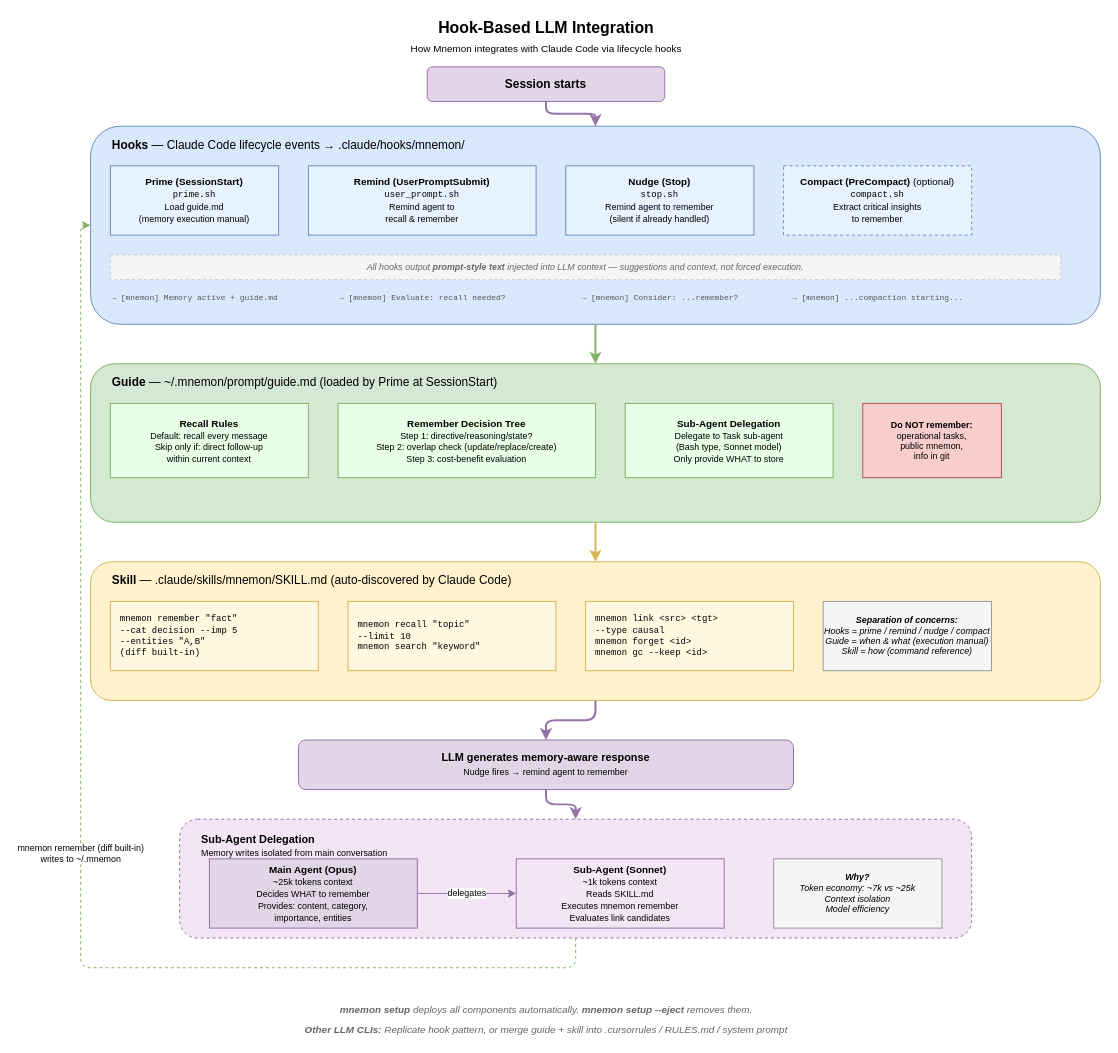
This is docs/diagrams/08-three-layer-integration.drawio from bissli/mnemon, a draw.io file, before an edit. Source tidied: cells renumbered, new cells numbered last; positions are measured from the earlier drawing's top-left corner, leaving out a move shared by most shapes. Both pictures are drawn from the tidied source at 99%, with x=0, y=0 at pixel (80, 17).
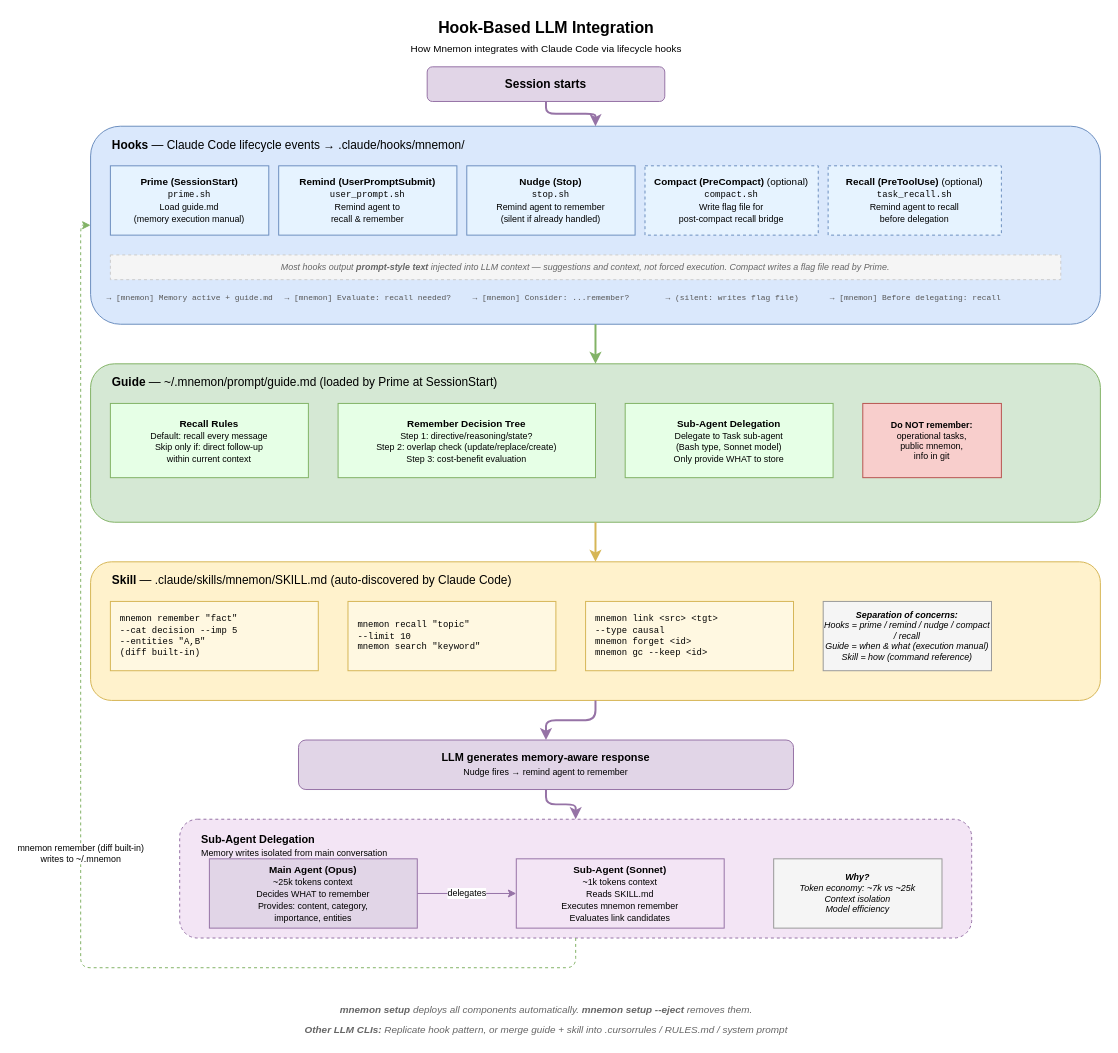
The same page after the edit.

Commit message (it also covers changes not shown here):
Add PreCompact hook with docs and diagram updates

What changed in the source:
```diff
@@
     <mxCell id="6" value="&lt;b&gt;Prime (SessionStart)&lt;/b&gt;&lt;br&gt;&lt;font style=&quot;font-family:monospace;font-size:9px&quot;&gt;prime.sh&lt;/font&gt;&lt;br&gt;&lt;font style=&quot;font-size:9px&quot;&gt;Load guide.md&lt;br&gt;(memory execution manual)&lt;/font&gt;" style="rounded=0;whiteSpace=wrap;html=1;fillColor=#E6F3FF;strokeColor=#6c8ebf;fontSize=10;" parent="1" vertex="1">
-      <mxGeometry x="30" y="150" width="170" height="70" as="geometry" />
+      <mxGeometry x="30" y="150" width="160" height="70" as="geometry" />
     </mxCell>
     <mxCell id="7" value="&lt;b&gt;Remind (UserPromptSubmit)&lt;/b&gt;&lt;br&gt;&lt;font style=&quot;font-family:monospace;font-size:9px&quot;&gt;user_prompt.sh&lt;/font&gt;&lt;br&gt;&lt;font style=&quot;font-size:9px&quot;&gt;Remind agent to&lt;br&gt;recall &amp;amp; remember&lt;/font&gt;" style="rounded=0;whiteSpace=wrap;html=1;fillColor=#E6F3FF;strokeColor=#6c8ebf;fontSize=10;" parent="1" vertex="1">
-      <mxGeometry x="230" y="150" width="230" height="70" as="geometry" />
+      <mxGeometry x="200" y="150" width="180" height="70" as="geometry" />
     </mxCell>
     <mxCell id="8" value="&lt;b&gt;Nudge (Stop)&lt;/b&gt;&lt;br&gt;&lt;font style=&quot;font-family:monospace;font-size:9px&quot;&gt;stop.sh&lt;/font&gt;&lt;br&gt;&lt;font style=&quot;font-size:9px&quot;&gt;Remind agent to remember&lt;br&gt;(silent if already handled)&lt;/font&gt;" style="rounded=0;whiteSpace=wrap;html=1;fillColor=#E6F3FF;strokeColor=#6c8ebf;fontSize=10;" parent="1" vertex="1">
-      <mxGeometry x="490" y="150" width="190" height="70" as="geometry" />
+      <mxGeometry x="390" y="150" width="170" height="70" as="geometry" />
     </mxCell>
-    <mxCell id="9" value="&lt;b&gt;Compact (PreCompact)&lt;/b&gt; (optional)&lt;br&gt;&lt;font style=&quot;font-family:monospace;font-size:9px&quot;&gt;compact.sh&lt;/font&gt;&lt;br&gt;&lt;font style=&quot;font-size:9px&quot;&gt;Extract critical insights&lt;br&gt;to remember&lt;/font&gt;" style="rounded=0;whiteSpace=wrap;html=1;fillColor=#E6F3FF;strokeColor=#6c8ebf;fontSize=10;dashed=1;" parent="1" vertex="1">
-      <mxGeometry x="710" y="150" width="190" height="70" as="geometry" />
+    <mxCell id="9" value="&lt;b&gt;Compact (PreCompact)&lt;/b&gt; (optional)&lt;br&gt;&lt;font style=&quot;font-family:monospace;font-size:9px&quot;&gt;compact.sh&lt;/font&gt;&lt;br&gt;&lt;font style=&quot;font-size:9px&quot;&gt;Write flag file for&lt;br&gt;post-compact recall bridge&lt;/font&gt;" style="rounded=0;whiteSpace=wrap;html=1;fillColor=#E6F3FF;strokeColor=#6c8ebf;fontSize=10;dashed=1;" parent="1" vertex="1">
+      <mxGeometry x="570" y="150" width="175" height="70" as="geometry" />
     </mxCell>
+    <mxCell id="42" value="&lt;b&gt;Recall (PreToolUse)&lt;/b&gt; (optional)&lt;br&gt;&lt;font style=&quot;font-family:monospace;font-size:9px&quot;&gt;task_recall.sh&lt;/font&gt;&lt;br&gt;&lt;font style=&quot;font-size:9px&quot;&gt;Remind agent to recall&lt;br&gt;before delegation&lt;/font&gt;" style="rounded=0;whiteSpace=wrap;html=1;fillColor=#E6F3FF;strokeColor=#6c8ebf;fontSize=10;dashed=1;" parent="1" vertex="1">
+      <mxGeometry x="755" y="150" width="175" height="70" as="geometry" />
+    </mxCell>
-    <mxCell id="10" value="&lt;font style=&quot;font-size:9px;font-style:italic;color:#666&quot;&gt;All hooks output &lt;b&gt;prompt-style text&lt;/b&gt; injected into LLM context — suggestions and context, not forced execution.&lt;/font&gt;" style="rounded=0;whiteSpace=wrap;html=1;fillColor=#f5f5f5;strokeColor=#ccc;fontSize=9;dashed=1;" parent="1" vertex="1">
+    <mxCell id="10" value="&lt;font style=&quot;font-size:9px;font-style:italic;color:#666&quot;&gt;Most hooks output &lt;b&gt;prompt-style text&lt;/b&gt; injected into LLM context — suggestions and context, not forced execution. Compact writes a flag file read by Prime.&lt;/font&gt;" style="rounded=0;whiteSpace=wrap;html=1;fillColor=#f5f5f5;strokeColor=#ccc;fontSize=9;dashed=1;" parent="1" vertex="1">
       <mxGeometry x="30" y="240" width="960" height="25" as="geometry" />
     </mxCell>
     <mxCell id="11" value="&lt;font style=&quot;font-family:monospace;font-size:8px;color:#555&quot;&gt;→ [mnemon] Memory active + guide.md&lt;/font&gt;" style="text;html=1;align=center;fillColor=none;strokeColor=none;" parent="1" vertex="1">
-      <mxGeometry x="30" y="268" width="170" height="18" as="geometry" />
+      <mxGeometry x="30" y="268" width="160" height="18" as="geometry" />
     </mxCell>
     <mxCell id="12" value="&lt;font style=&quot;font-family:monospace;font-size:8px;color:#555&quot;&gt;→ [mnemon] Evaluate: recall needed?&lt;/font&gt;" style="text;html=1;align=center;fillColor=none;strokeColor=none;" parent="1" vertex="1">
-      <mxGeometry x="230" y="268" width="230" height="18" as="geometry" />
+      <mxGeometry x="200" y="268" width="180" height="18" as="geometry" />
     </mxCell>
     <mxCell id="13" value="&lt;font style=&quot;font-family:monospace;font-size:8px;color:#555&quot;&gt;→ [mnemon] Consider: ...remember?&lt;/font&gt;" style="text;html=1;align=center;fillColor=none;strokeColor=none;" parent="1" vertex="1">
-      <mxGeometry x="490" y="268" width="190" height="18" as="geometry" />
+      <mxGeometry x="390" y="268" width="170" height="18" as="geometry" />
     </mxCell>
-    <mxCell id="14" value="&lt;font style=&quot;font-family:monospace;font-size:8px;color:#555&quot;&gt;→ [mnemon] ...compaction starting...&lt;/font&gt;" style="text;html=1;align=center;fillColor=none;strokeColor=none;" parent="1" vertex="1">
-      <mxGeometry x="710" y="268" width="190" height="18" as="geometry" />
+    <mxCell id="14" value="&lt;font style=&quot;font-family:monospace;font-size:8px;color:#555&quot;&gt;→ (silent: writes flag file)&lt;/font&gt;" style="text;html=1;align=center;fillColor=none;strokeColor=none;" parent="1" vertex="1">
+      <mxGeometry x="570" y="268" width="175" height="18" as="geometry" />
     </mxCell>
+    <mxCell id="43" value="&lt;font style=&quot;font-family:monospace;font-size:8px;color:#555&quot;&gt;→ [mnemon] Before delegating: recall&lt;/font&gt;" style="text;html=1;align=center;fillColor=none;strokeColor=none;" parent="1" vertex="1">
+      <mxGeometry x="755" y="268" width="175" height="18" as="geometry" />
+    </mxCell>
@@
-    <mxCell id="28" value="&lt;font style=&quot;font-size:9px&quot;&gt;&lt;b&gt;Separation of concerns:&lt;/b&gt;&lt;br&gt;Hooks = prime / remind / nudge / compact&lt;br&gt;Guide = when &amp;amp; what (execution manual)&lt;br&gt;Skill = how (command reference)&lt;/font&gt;" style="rounded=0;whiteSpace=wrap;html=1;fillColor=#f5f5f5;strokeColor=#999;fontSize=9;fontStyle=2;" parent="1" vertex="1">
+    <mxCell id="28" value="&lt;font style=&quot;font-size:9px&quot;&gt;&lt;b&gt;Separation of concerns:&lt;/b&gt;&lt;br&gt;Hooks = prime / remind / nudge / compact / recall&lt;br&gt;Guide = when &amp;amp; what (execution manual)&lt;br&gt;Skill = how (command reference)&lt;/font&gt;" style="rounded=0;whiteSpace=wrap;html=1;fillColor=#f5f5f5;strokeColor=#999;fontSize=9;fontStyle=2;" parent="1" vertex="1">
       <mxGeometry x="750" y="590" width="170" height="70" as="geometry" />
     </mxCell>
```
